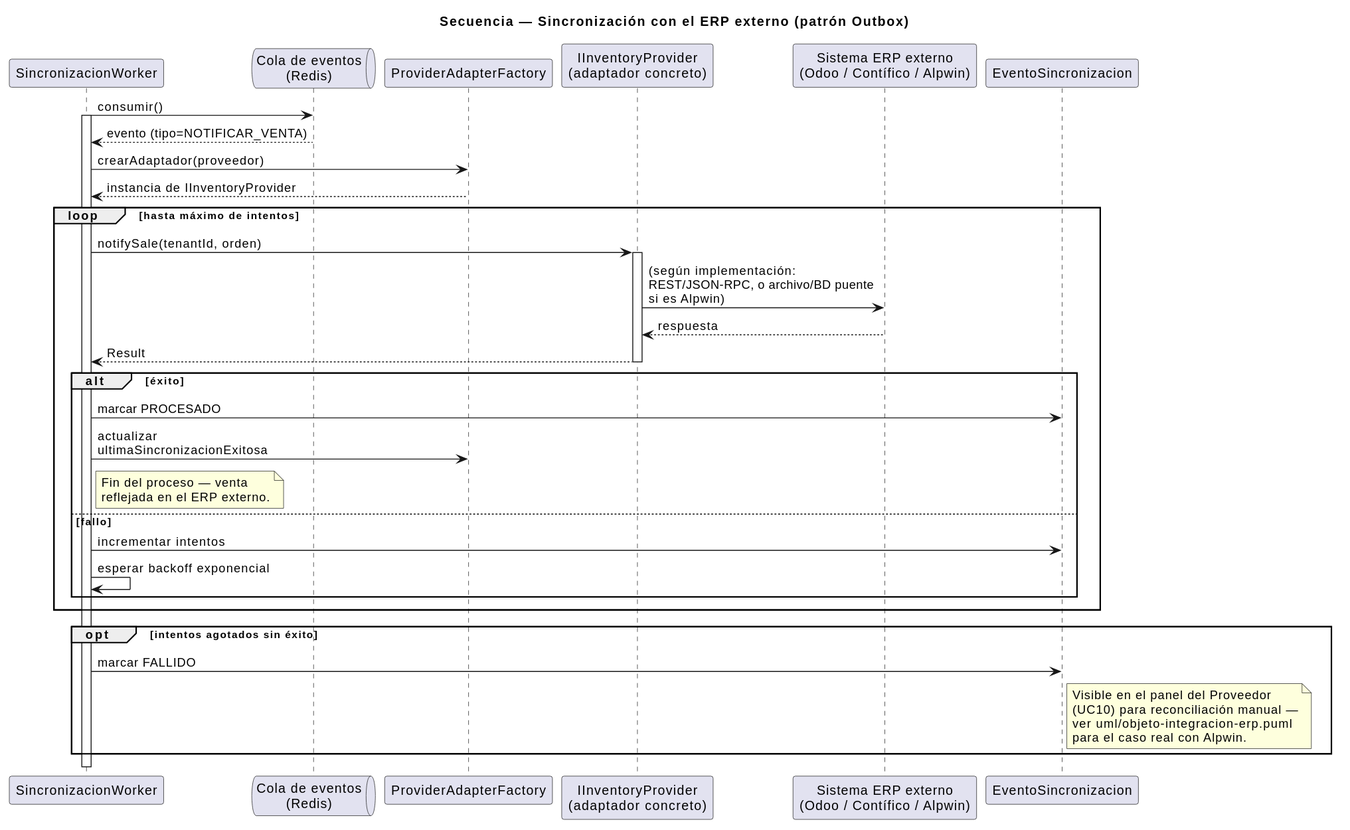
Above: uml/secuencia-sincronizacion-erp.svg in Jesus-JB/aliflow (PlantUML), before the change. Its diagram source:
```plantuml
@startuml
title Secuencia — Sincronización con el ERP externo (patrón Outbox)

participant "SincronizacionWorker" as Worker
queue "Cola de eventos\n(Redis)" as Cola
participant "ProviderAdapterFactory" as Factory
participant "IInventoryProvider\n(adaptador concreto)" as Adapter
participant "Sistema ERP externo\n(Odoo / Contífico / Alpwin)" as ERP
participant "EventoSincronizacion" as Evento

Worker -> Cola : consumir()
activate Worker
Cola --> Worker : evento (tipo=NOTIFICAR_VENTA)

Worker -> Factory : crearAdaptador(proveedor)
Factory --> Worker : instancia de IInventoryProvider

loop hasta máximo de intentos
  Worker -> Adapter : notifySale(tenantId, orden)
  activate Adapter
  Adapter -> ERP : (según implementación:\nREST/JSON-RPC, o archivo/BD puente\nsi es Alpwin)
  ERP --> Adapter : respuesta
  Adapter --> Worker : Result
  deactivate Adapter

  alt éxito
    Worker -> Evento : marcar PROCESADO
    Worker -> Factory : actualizar\nultimaSincronizacionExitosa
    note right of Worker
      Fin del proceso — venta
      reflejada en el ERP externo.
    end note
  else fallo
    Worker -> Evento : incrementar intentos
    Worker -> Worker : esperar backoff exponencial
  end
end

opt intentos agotados sin éxito
  Worker -> Evento : marcar FALLIDO
  note right of Evento
    Visible en el panel del Proveedor
    (UC10) para reconciliación manual —
    ver uml/objeto-integracion-erp.puml
    para el caso real con Alpwin.
  end note
end

deactivate Worker
@enduml
```
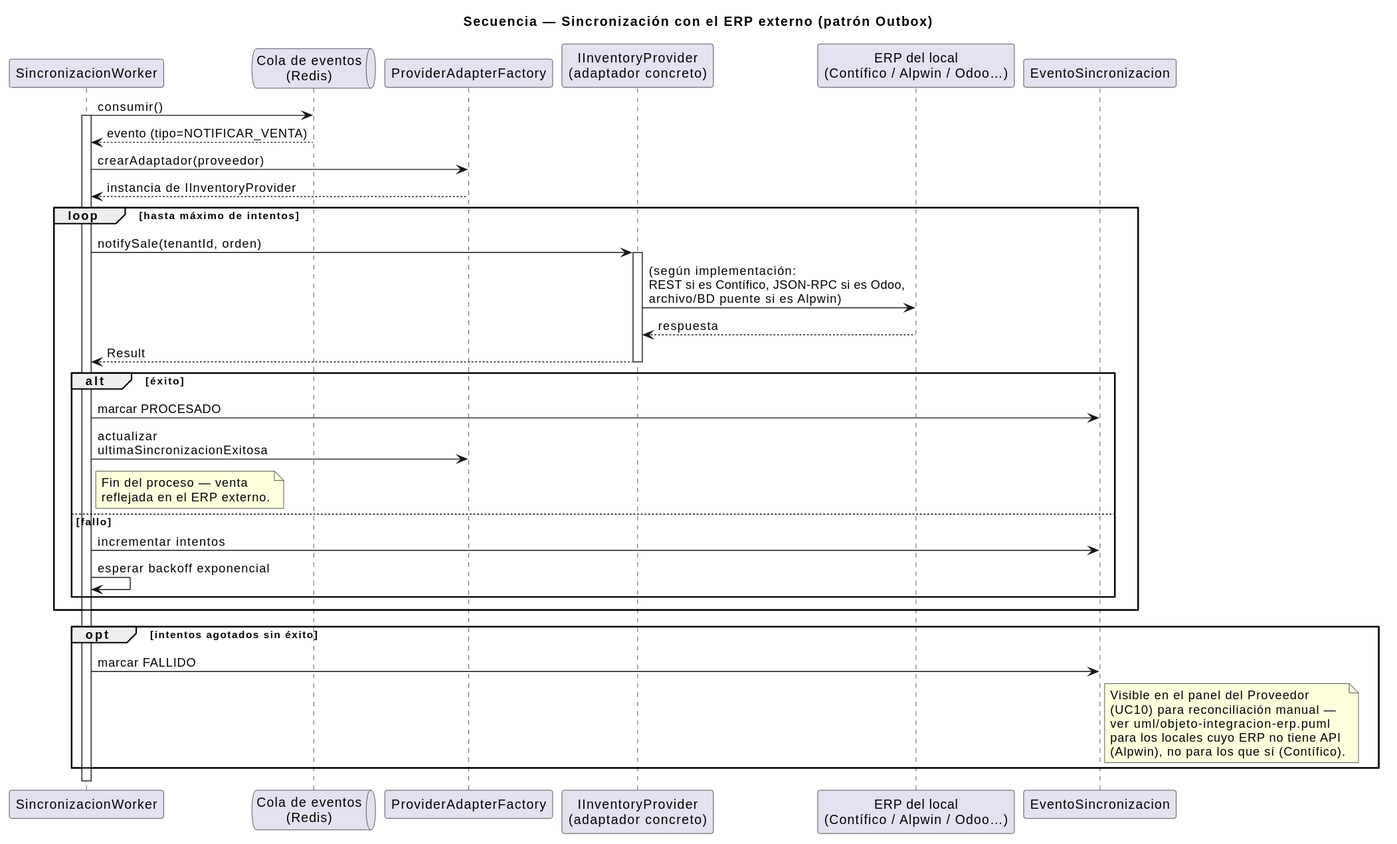
After the commit.

What changed in the source:
```diff
@@ -5,7 +5,7 @@
 queue "Cola de eventos\n(Redis)" as Cola
 participant "ProviderAdapterFactory" as Factory
 participant "IInventoryProvider\n(adaptador concreto)" as Adapter
-participant "Sistema ERP externo\n(Odoo / Contífico / Alpwin)" as ERP
+participant "ERP del local\n(Contífico / Alpwin / Odoo…)" as ERP
 participant "EventoSincronizacion" as Evento
 
 Worker -> Cola : consumir()
@@ -18,7 +18,7 @@
 loop hasta máximo de intentos
   Worker -> Adapter : notifySale(tenantId, orden)
   activate Adapter
-  Adapter -> ERP : (según implementación:\nREST/JSON-RPC, o archivo/BD puente\nsi es Alpwin)
+  Adapter -> ERP : (según implementación:\nREST si es Contífico, JSON-RPC si es Odoo,\narchivo/BD puente si es Alpwin)
   ERP --> Adapter : respuesta
   Adapter --> Worker : Result
   deactivate Adapter
@@ -42,7 +42,8 @@
     Visible en el panel del Proveedor
     (UC10) para reconciliación manual —
     ver uml/objeto-integracion-erp.puml
-    para el caso real con Alpwin.
+    para los locales cuyo ERP no tiene API
+    (Alpwin), no para los que sí (Contífico).
   end note
 end
 
```
